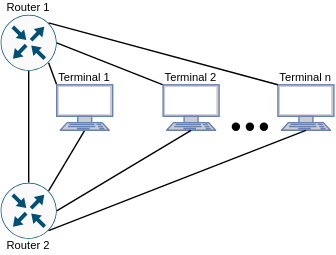
The draw.io diagram images/TAR-multi-scheme.drawio.svg in luismdsleite/QoS-Scheduling-Test, before a commit. Source tidied: cells renumbered, new cells last; positions are measured from the earlier drawing's top-left corner, leaving out a move shared by most shapes.
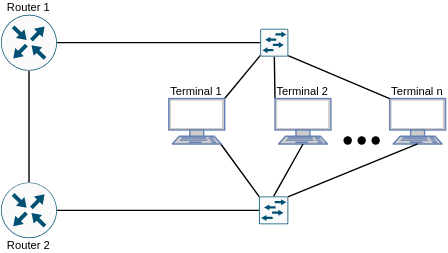
After the change.

Commit message:
Update multi-terminal topology

Change to the diagram source:
```diff
@@ -2,34 +2,34 @@
   <root>
     <mxCell id="0" />
     <mxCell id="1" parent="0" />
-    <mxCell id="2" style="endArrow=none;html=1;rounded=0;exitX=0.855;exitY=0.8555;exitDx=0;exitDy=0;entryX=0;entryY=0;entryDx=0;entryDy=0;entryPerimeter=0;exitPerimeter=0;" parent="1" edge="1" source="6" target="8">
+    <mxCell id="2" style="endArrow=none;html=1;rounded=0;exitX=0.008;exitY=0.945;exitDx=0;exitDy=0;entryX=1;entryY=0;entryDx=0;entryDy=0;entryPerimeter=0;exitPerimeter=0;" parent="1" edge="1" source="22" target="8">
       <mxGeometry relative="1" as="geometry" />
     </mxCell>
     <mxCell id="3" style="endArrow=none;html=1;rounded=0;exitX=0.5;exitY=1;exitDx=0;exitDy=0;exitPerimeter=0;entryX=0.5;entryY=0;entryDx=0;entryDy=0;entryPerimeter=0;" parent="1" edge="1" source="6" target="7">
       <mxGeometry relative="1" as="geometry" />
     </mxCell>
-    <mxCell id="4" style="endArrow=none;html=1;rounded=0;exitX=0.8555;exitY=0.145;exitDx=0;exitDy=0;entryX=0.5;entryY=1;entryDx=0;entryDy=0;entryPerimeter=0;exitPerimeter=0;" parent="1" edge="1" source="7" target="8">
+    <mxCell id="4" style="endArrow=none;html=1;rounded=0;entryX=0.93;entryY=1;entryDx=0;entryDy=0;entryPerimeter=0;exitX=0.015;exitY=0.015;exitDx=0;exitDy=0;exitPerimeter=0;" parent="1" edge="1" source="24" target="8">
       <mxGeometry relative="1" as="geometry" />
     </mxCell>
     <mxCell id="5" value="Terminal 1" style="text;html=1;strokeColor=none;fillColor=none;align=center;verticalAlign=middle;whiteSpace=wrap;rounded=0;fontSize=8;" parent="1" vertex="1">
       <mxGeometry x="40" y="50" width="40" height="10" as="geometry" />
     </mxCell>
     <mxCell id="6" style="sketch=0;points=[[0.5,0,0],[1,0.5,0],[0.5,1,0],[0,0.5,0],[0.145,0.145,0],[0.8555,0.145,0],[0.855,0.8555,0],[0.145,0.855,0]];verticalLabelPosition=bottom;html=1;verticalAlign=top;align=center;shape=mxgraph.cisco19.rect;prIcon=router;fillColor=#FAFAFA;strokeColor=#005073;" parent="1" vertex="1">
-      <mxGeometry y="10" width="40" height="40" as="geometry" />
+      <mxGeometry x="-80" width="40" height="40" as="geometry" />
     </mxCell>
     <mxCell id="7" style="sketch=0;points=[[0.5,0,0],[1,0.5,0],[0.5,1,0],[0,0.5,0],[0.145,0.145,0],[0.8555,0.145,0],[0.855,0.8555,0],[0.145,0.855,0]];verticalLabelPosition=bottom;html=1;verticalAlign=top;align=center;shape=mxgraph.cisco19.rect;prIcon=router;fillColor=#FAFAFA;strokeColor=#005073;" parent="1" vertex="1">
-      <mxGeometry y="130" width="40" height="40" as="geometry" />
+      <mxGeometry x="-80" y="120" width="40" height="40" as="geometry" />
     </mxCell>
     <mxCell id="8" style="fontColor=#0066CC;verticalAlign=top;verticalLabelPosition=bottom;labelPosition=center;align=center;html=1;outlineConnect=0;fillColor=#CCCCCC;strokeColor=#6881B3;gradientColor=none;gradientDirection=north;strokeWidth=2;shape=mxgraph.networks.terminal;" parent="1" vertex="1">
       <mxGeometry x="40" y="60" width="40" height="32.5" as="geometry" />
     </mxCell>
     <mxCell id="9" value="Router 1" style="text;html=1;strokeColor=none;fillColor=none;align=center;verticalAlign=middle;whiteSpace=wrap;rounded=0;fontSize=8;" parent="1" vertex="1">
-      <mxGeometry width="40" height="10" as="geometry" />
+      <mxGeometry x="-80" y="-10" width="40" height="10" as="geometry" />
     </mxCell>
     <mxCell id="10" value="Router 2" style="text;html=1;strokeColor=none;fillColor=none;align=center;verticalAlign=middle;whiteSpace=wrap;rounded=0;fontSize=8;" parent="1" vertex="1">
-      <mxGeometry y="170" width="40" height="10" as="geometry" />
+      <mxGeometry x="-80" y="160" width="40" height="10" as="geometry" />
     </mxCell>
-    <mxCell id="11" style="endArrow=none;html=1;rounded=0;exitX=1;exitY=0.5;exitDx=0;exitDy=0;entryX=0;entryY=0;entryDx=0;entryDy=0;entryPerimeter=0;exitPerimeter=0;" parent="1" edge="1" source="6" target="13">
+    <mxCell id="11" style="endArrow=none;html=1;rounded=0;exitX=0.5;exitY=1;exitDx=0;exitDy=0;entryX=0;entryY=0;entryDx=0;entryDy=0;entryPerimeter=0;exitPerimeter=0;" parent="1" edge="1" source="22" target="13">
       <mxGeometry relative="1" as="geometry" />
     </mxCell>
     <mxCell id="12" value="Terminal 2" style="text;html=1;strokeColor=none;fillColor=none;align=center;verticalAlign=middle;whiteSpace=wrap;rounded=0;fontSize=8;" parent="1" vertex="1">
@@ -38,7 +38,7 @@
     <mxCell id="13" style="fontColor=#0066CC;verticalAlign=top;verticalLabelPosition=bottom;labelPosition=center;align=center;html=1;outlineConnect=0;fillColor=#CCCCCC;strokeColor=#6881B3;gradientColor=none;gradientDirection=north;strokeWidth=2;shape=mxgraph.networks.terminal;" parent="1" vertex="1">
       <mxGeometry x="116" y="60" width="40" height="32.5" as="geometry" />
     </mxCell>
-    <mxCell id="14" style="endArrow=none;html=1;rounded=0;exitX=1;exitY=0.5;exitDx=0;exitDy=0;entryX=0.5;entryY=1;entryDx=0;entryDy=0;entryPerimeter=0;exitPerimeter=0;" parent="1" edge="1" source="7" target="13">
+    <mxCell id="14" style="endArrow=none;html=1;rounded=0;entryX=0.5;entryY=1;entryDx=0;entryDy=0;entryPerimeter=0;exitX=0.5;exitY=0;exitDx=0;exitDy=0;exitPerimeter=0;" parent="1" edge="1" source="24" target="13">
       <mxGeometry relative="1" as="geometry" />
     </mxCell>
     <mxCell id="15" value="Terminal n" style="text;html=1;strokeColor=none;fillColor=none;align=center;verticalAlign=middle;whiteSpace=wrap;rounded=0;fontSize=8;" parent="1" vertex="1">
@@ -47,10 +47,10 @@
     <mxCell id="16" style="fontColor=#0066CC;verticalAlign=top;verticalLabelPosition=bottom;labelPosition=center;align=center;html=1;outlineConnect=0;fillColor=#CCCCCC;strokeColor=#6881B3;gradientColor=none;gradientDirection=north;strokeWidth=2;shape=mxgraph.networks.terminal;" parent="1" vertex="1">
       <mxGeometry x="198" y="60" width="40" height="32.5" as="geometry" />
     </mxCell>
-    <mxCell id="17" style="endArrow=none;html=1;rounded=0;exitX=0.855;exitY=0.8555;exitDx=0;exitDy=0;entryX=0.5;entryY=1;entryDx=0;entryDy=0;entryPerimeter=0;exitPerimeter=0;" parent="1" edge="1" source="7" target="16">
+    <mxCell id="17" style="endArrow=none;html=1;rounded=0;entryX=0.5;entryY=1;entryDx=0;entryDy=0;entryPerimeter=0;exitX=0.985;exitY=0.015;exitDx=0;exitDy=0;exitPerimeter=0;" parent="1" edge="1" source="24" target="16">
       <mxGeometry relative="1" as="geometry" />
     </mxCell>
-    <mxCell id="18" style="endArrow=none;html=1;rounded=0;exitX=0.8555;exitY=0.145;exitDx=0;exitDy=0;entryX=0;entryY=1;entryDx=0;entryDy=0;exitPerimeter=0;" parent="1" edge="1" source="6" target="15">
+    <mxCell id="18" style="endArrow=none;html=1;rounded=0;exitX=0.995;exitY=0.961;exitDx=0;exitDy=0;entryX=0;entryY=1;entryDx=0;entryDy=0;exitPerimeter=0;" parent="1" edge="1" source="22" target="15">
       <mxGeometry relative="1" as="geometry" />
     </mxCell>
     <mxCell id="19" style="shape=waypoint;sketch=0;fillStyle=solid;size=6;fillColor=none;perimeter=centerPerimeter;" parent="1" vertex="1">
@@ -62,5 +62,17 @@
     <mxCell id="21" style="shape=waypoint;sketch=0;fillStyle=solid;size=6;fillColor=none;perimeter=centerPerimeter;" parent="1" vertex="1">
       <mxGeometry x="178" y="80" width="20" height="20" as="geometry" />
     </mxCell>
+    <mxCell id="22" style="sketch=0;points=[[0.015,0.015,0],[0.985,0.015,0],[0.985,0.985,0],[0.015,0.985,0],[0.25,0,0],[0.5,0,0],[0.75,0,0],[1,0.25,0],[1,0.5,0],[1,0.75,0],[0.75,1,0],[0.5,1,0],[0.25,1,0],[0,0.75,0],[0,0.5,0],[0,0.25,0]];verticalLabelPosition=bottom;html=1;verticalAlign=top;align=center;shape=mxgraph.cisco19.rect;prIcon=l2_switch;fillColor=#FAFAFA;strokeColor=#005073;" parent="1" vertex="1">
+      <mxGeometry x="105.5" y="10" width="20" height="20" as="geometry" />
+    </mxCell>
+    <mxCell id="23" style="endArrow=none;html=1;rounded=0;exitX=1;exitY=0.5;exitDx=0;exitDy=0;entryX=0;entryY=0.5;entryDx=0;entryDy=0;exitPerimeter=0;entryPerimeter=0;" parent="1" edge="1" source="6" target="22">
+      <mxGeometry relative="1" as="geometry" />
+    </mxCell>
+    <mxCell id="24" style="sketch=0;points=[[0.015,0.015,0],[0.985,0.015,0],[0.985,0.985,0],[0.015,0.985,0],[0.25,0,0],[0.5,0,0],[0.75,0,0],[1,0.25,0],[1,0.5,0],[1,0.75,0],[0.75,1,0],[0.5,1,0],[0.25,1,0],[0,0.75,0],[0,0.5,0],[0,0.25,0]];verticalLabelPosition=bottom;html=1;verticalAlign=top;align=center;shape=mxgraph.cisco19.rect;prIcon=l2_switch;fillColor=#FAFAFA;strokeColor=#005073;" parent="1" vertex="1">
+      <mxGeometry x="104.5" y="130" width="21" height="20" as="geometry" />
+    </mxCell>
+    <mxCell id="25" style="endArrow=none;html=1;rounded=0;exitX=1;exitY=0.5;exitDx=0;exitDy=0;entryX=0;entryY=0.5;entryDx=0;entryDy=0;exitPerimeter=0;entryPerimeter=0;" parent="1" edge="1" source="7" target="24">
+      <mxGeometry relative="1" as="geometry" />
+    </mxCell>
   </root>
 </mxGraphModel>
```
